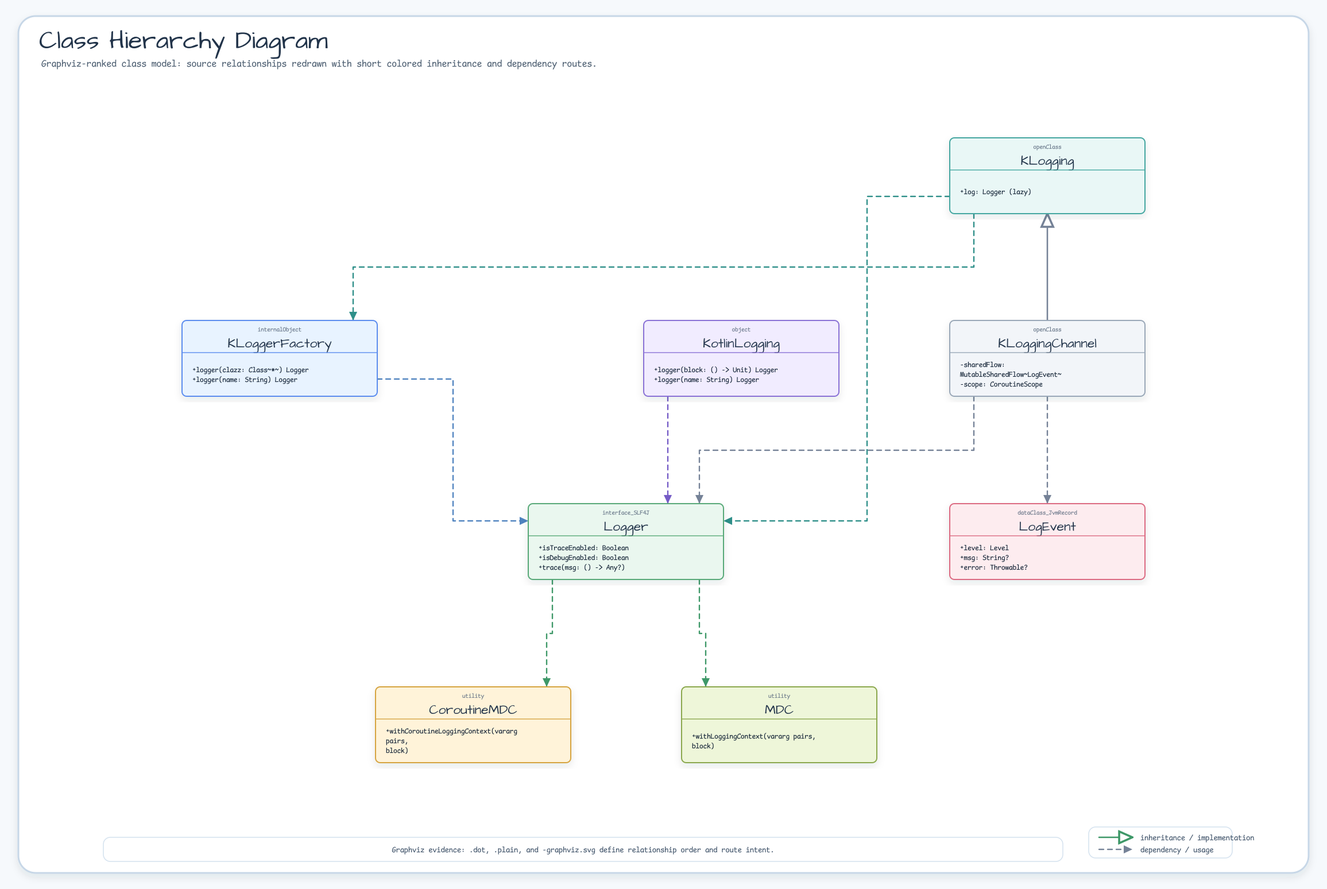
bluetape4k/bluetape4k-projects keeps this Graphviz diagram as docs/images/readme-diagrams/bluetape4k-logging-diagram-01.png. Above is the earlier version. Its source is kept beside it as docs/images/readme-diagrams/bluetape4k-logging-diagram-01.dot.
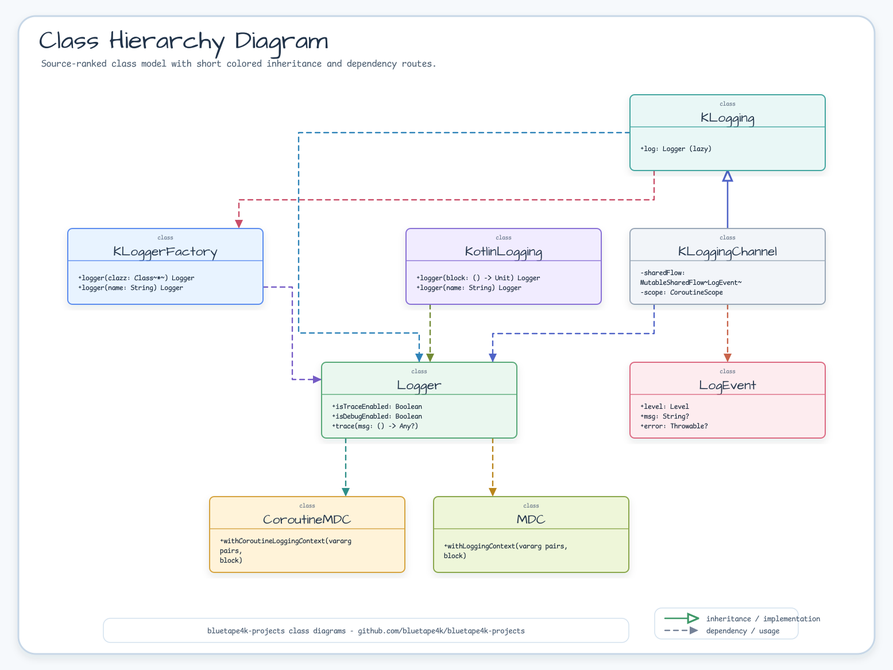
The same diagram one commit later.

Diff of the diagram source:
```diff
@@ -10,13 +10,13 @@
   KotlinLogging [label="KotlinLogging", fillcolor="#F1ECFF", color="#8A72D6"];
   MDC [label="MDC", fillcolor="#EEF6D9", color="#8BA84D"];
   KLoggingChannel [label="KLoggingChannel", fillcolor="#F2F5F9", color="#9AA8B8"];
-  Logger -> CoroutineMDC [color="#3E9868", fontcolor="#3E9868", style="dashed", arrowhead="none", weight=2];
-  Logger -> MDC [color="#3E9868", fontcolor="#3E9868", style="dashed", arrowhead="none", weight=2];
-  KLogging -> KLoggerFactory [color="#2E8F89", fontcolor="#2E8F89", style="dashed", arrowhead="none", weight=2];
-  KLoggerFactory -> Logger [color="#4F83BF", fontcolor="#4F83BF", style="dashed", arrowhead="none", weight=2];
-  KotlinLogging -> Logger [color="#755BC6", fontcolor="#755BC6", style="dashed", arrowhead="none", weight=2];
-  KLoggingChannel -> Logger [color="#758297", fontcolor="#758297", style="dashed", arrowhead="none", weight=2];
-  KLoggingChannel -> LogEvent [color="#758297", fontcolor="#758297", style="dashed", arrowhead="none", weight=2];
-  KLogging -> KLoggingChannel [color="#758297", fontcolor="#758297", style="solid", arrowhead="none", weight=10];
-  KLogging -> Logger [color="#2E8F89", fontcolor="#2E8F89", style="dashed", arrowhead="none", weight=2];
+  Logger -> CoroutineMDC [color="#2E8F89", fontcolor="#2E8F89", style="dashed", arrowhead="none", weight=2];
+  Logger -> MDC [color="#B9851B", fontcolor="#B9851B", style="dashed", arrowhead="none", weight=2];
+  KLogging -> KLoggerFactory [color="#C94D68", fontcolor="#C94D68", style="dashed", arrowhead="none", weight=2];
+  KLoggerFactory -> Logger [color="#755BC6", fontcolor="#755BC6", style="dashed", arrowhead="none", weight=2];
+  KotlinLogging -> Logger [color="#718A35", fontcolor="#718A35", style="dashed", arrowhead="none", weight=2];
+  KLoggingChannel -> Logger [color="#4F63C7", fontcolor="#4F63C7", style="dashed", arrowhead="none", weight=2];
+  KLoggingChannel -> LogEvent [color="#C8644B", fontcolor="#C8644B", style="dashed", arrowhead="none", weight=2];
+  KLogging -> KLoggingChannel [color="#4F63C7", fontcolor="#4F63C7", style="solid", arrowhead="none", weight=10];
+  KLogging -> Logger [color="#2E83B8", fontcolor="#2E83B8", style="dashed", arrowhead="none", weight=2];
 }
```
